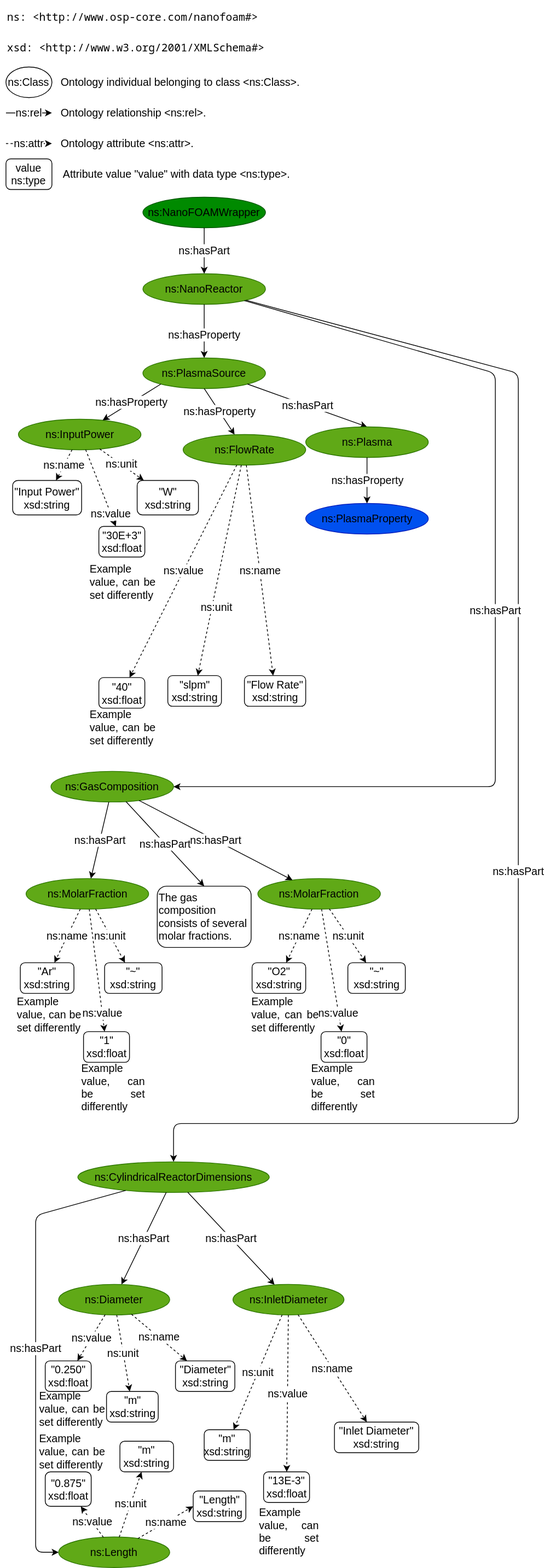
This is docs/static/elenbaas.drawio.svg from simphony/SimNanoDOME, a draw.io export, as it was before one commit. Source tidied: cells renumbered, new cells last; positions are measured from the earlier drawing's top-left corner, leaving out a move shared by most shapes.
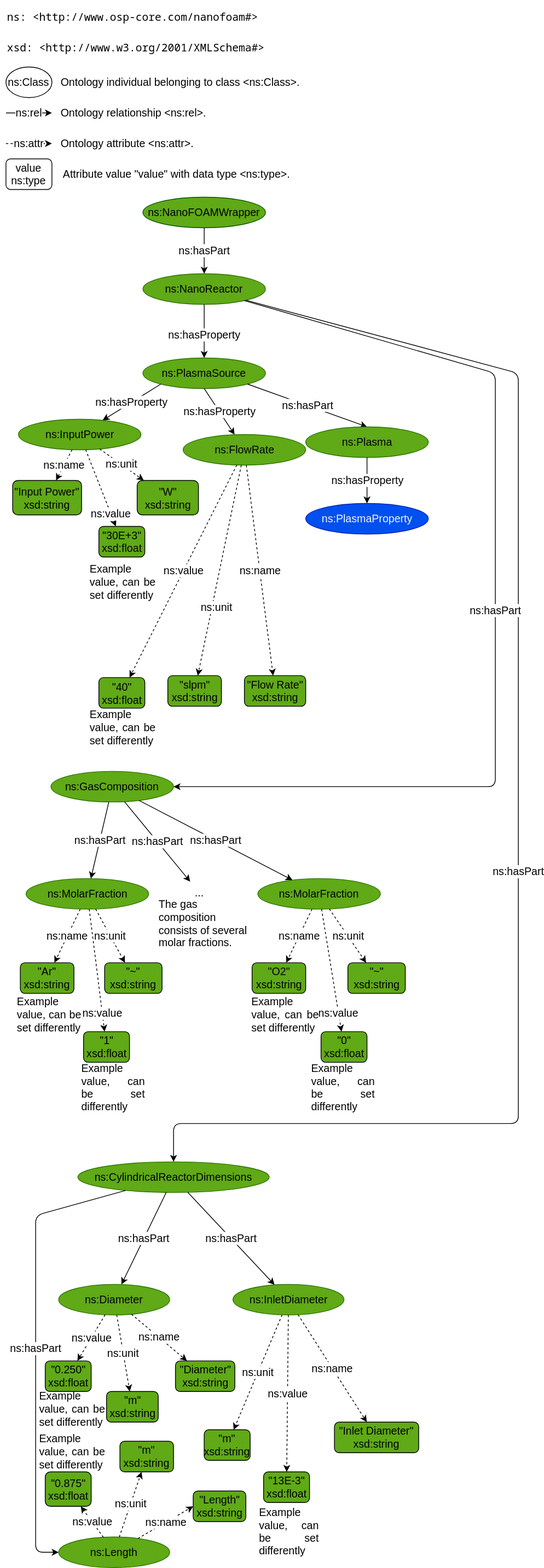
The same diagram one commit later.

The edit, as a diff of the source:
```diff
@@ -49,3 +49,3 @@
     </mxCell>
-    <mxCell id="15" value="&lt;div style=&quot;font-size: 14px;&quot;&gt;&quot;30E+3&quot;&lt;/div&gt;&lt;div style=&quot;font-size: 14px;&quot;&gt;xsd:float&lt;/div&gt;" style="rounded=1;whiteSpace=wrap;html=1;labelBackgroundColor=none;fontColor=#000000;fontSize=14;" parent="1" vertex="1">
+    <mxCell id="15" value="&lt;div style=&quot;font-size: 14px;&quot;&gt;&quot;30E+3&quot;&lt;/div&gt;&lt;div style=&quot;font-size: 14px;&quot;&gt;xsd:float&lt;/div&gt;" style="rounded=1;whiteSpace=wrap;html=1;labelBackgroundColor=none;fontColor=#000000;fontSize=14;fillColor=#60A917;" parent="1" vertex="1">
       <mxGeometry x="121.5" y="680" width="60" height="40" as="geometry" />
@@ -58,3 +58,3 @@
     </mxCell>
-    <mxCell id="18" value="&lt;div style=&quot;font-size: 14px;&quot;&gt;&quot;W&quot;&lt;/div&gt;&lt;div style=&quot;font-size: 14px;&quot;&gt;xsd:string&lt;/div&gt;" style="rounded=1;whiteSpace=wrap;html=1;labelBackgroundColor=none;fontColor=#000000;fontSize=14;" parent="1" vertex="1">
+    <mxCell id="18" value="&lt;div style=&quot;font-size: 14px;&quot;&gt;&quot;W&quot;&lt;/div&gt;&lt;div style=&quot;font-size: 14px;&quot;&gt;xsd:string&lt;/div&gt;" style="rounded=1;whiteSpace=wrap;html=1;labelBackgroundColor=none;fontColor=#000000;fontSize=14;fillColor=#60A917;" parent="1" vertex="1">
       <mxGeometry x="171.5" y="620" width="80" height="45" as="geometry" />
@@ -73,6 +73,6 @@
     </mxCell>
-    <mxCell id="23" value="&quot;slpm&quot;&lt;br style=&quot;font-size: 14px;&quot;&gt;xsd:string" style="rounded=1;whiteSpace=wrap;html=1;labelBackgroundColor=none;fontColor=#000000;fontSize=14;" parent="1" vertex="1">
+    <mxCell id="23" value="&quot;slpm&quot;&lt;br style=&quot;font-size: 14px;&quot;&gt;xsd:string" style="rounded=1;whiteSpace=wrap;html=1;labelBackgroundColor=none;fontColor=#000000;fontSize=14;fillColor=#60A917;" parent="1" vertex="1">
       <mxGeometry x="211.5" y="875" width="70" height="40" as="geometry" />
     </mxCell>
-    <mxCell id="24" value="&quot;Flow Rate&quot;&lt;br style=&quot;font-size: 14px;&quot;&gt;xsd:string" style="rounded=1;whiteSpace=wrap;html=1;labelBackgroundColor=none;fontColor=#000000;fontSize=14;" parent="1" vertex="1">
+    <mxCell id="24" value="&quot;Flow Rate&quot;&lt;br style=&quot;font-size: 14px;&quot;&gt;xsd:string" style="rounded=1;whiteSpace=wrap;html=1;labelBackgroundColor=none;fontColor=#000000;fontSize=14;fillColor=#60A917;" parent="1" vertex="1">
       <mxGeometry x="311.5" y="875" width="80" height="40" as="geometry" />
@@ -82,3 +82,3 @@
     </mxCell>
-    <mxCell id="26" value="&lt;div style=&quot;font-size: 14px;&quot;&gt;&quot;40&quot;&lt;/div&gt;&lt;div style=&quot;font-size: 14px;&quot;&gt;xsd:float&lt;br style=&quot;font-size: 14px;&quot;&gt;&lt;/div&gt;" style="rounded=1;whiteSpace=wrap;html=1;labelBackgroundColor=none;fontColor=#000000;fontSize=14;" parent="1" vertex="1">
+    <mxCell id="26" value="&lt;div style=&quot;font-size: 14px;&quot;&gt;&quot;40&quot;&lt;/div&gt;&lt;div style=&quot;font-size: 14px;&quot;&gt;xsd:float&lt;br style=&quot;font-size: 14px;&quot;&gt;&lt;/div&gt;" style="rounded=1;whiteSpace=wrap;html=1;labelBackgroundColor=none;fontColor=#000000;fontSize=14;fillColor=#60A917;" parent="1" vertex="1">
       <mxGeometry x="121.5" y="877.5" width="60" height="40" as="geometry" />
@@ -88,3 +88,3 @@
     </mxCell>
-    <mxCell id="28" value="ns:MolarFraction" style="ellipse;whiteSpace=wrap;html=1;labelBackgroundColor=none;fontColor=#000000;fontSize=14;fillColor=#60a917;strokeColor=#2D7600;" parent="1" vertex="1">
+    <mxCell id="28" value="ns:MolarFraction" style="ellipse;whiteSpace=wrap;html=1;labelBackgroundColor=none;fontColor=#000000;fontSize=14;fillColor=#60A917;strokeColor=#2D7600;" parent="1" vertex="1">
       <mxGeometry x="26.5" y="1140" width="160" height="40" as="geometry" />
@@ -100,6 +100,6 @@
     </mxCell>
-    <mxCell id="32" value="&lt;div style=&quot;font-size: 14px;&quot;&gt;&quot;1&quot;&lt;/div&gt;&lt;div style=&quot;font-size: 14px;&quot;&gt;xsd:float&lt;/div&gt;" style="rounded=1;whiteSpace=wrap;html=1;labelBackgroundColor=none;fontColor=#000000;fontSize=14;" parent="1" vertex="1">
+    <mxCell id="32" value="&lt;div style=&quot;font-size: 14px;&quot;&gt;&quot;1&quot;&lt;/div&gt;&lt;div style=&quot;font-size: 14px;&quot;&gt;xsd:float&lt;/div&gt;" style="rounded=1;whiteSpace=wrap;html=1;labelBackgroundColor=none;fontColor=#000000;fontSize=14;fillColor=#60A917;" parent="1" vertex="1">
       <mxGeometry x="101.5" y="1340" width="60" height="40" as="geometry" />
     </mxCell>
-    <mxCell id="33" value="&quot;Ar&quot;&lt;br style=&quot;font-size: 14px;&quot;&gt;xsd:string" style="rounded=1;whiteSpace=wrap;html=1;labelBackgroundColor=none;fontColor=#000000;fontSize=14;" parent="1" vertex="1">
+    <mxCell id="33" value="&quot;Ar&quot;&lt;br style=&quot;font-size: 14px;&quot;&gt;xsd:string" style="rounded=1;whiteSpace=wrap;html=1;labelBackgroundColor=none;fontColor=#000000;fontSize=14;fillColor=#60A917;" parent="1" vertex="1">
       <mxGeometry x="19" y="1250" width="70" height="40" as="geometry" />
@@ -109,3 +109,3 @@
     </mxCell>
-    <mxCell id="35" value="&quot;~&quot;&lt;br style=&quot;font-size: 14px;&quot;&gt;xsd:string" style="rounded=1;whiteSpace=wrap;html=1;labelBackgroundColor=none;fontColor=#000000;fontSize=14;" parent="1" vertex="1">
+    <mxCell id="35" value="&quot;~&quot;&lt;br style=&quot;font-size: 14px;&quot;&gt;xsd:string" style="rounded=1;whiteSpace=wrap;html=1;labelBackgroundColor=none;fontColor=#000000;fontSize=14;fillColor=#60A917;" parent="1" vertex="1">
       <mxGeometry x="129" y="1250" width="75" height="40" as="geometry" />
@@ -144,6 +144,6 @@
     </mxCell>
-    <mxCell id="45" value="&quot;m&quot;&lt;br style=&quot;font-size: 14px;&quot;&gt;xsd:string" style="rounded=1;whiteSpace=wrap;html=1;labelBackgroundColor=none;fontColor=#000000;fontSize=14;" parent="1" vertex="1">
+    <mxCell id="45" value="&quot;m&quot;&lt;br style=&quot;font-size: 14px;&quot;&gt;xsd:string" style="rounded=1;whiteSpace=wrap;html=1;labelBackgroundColor=none;fontColor=#000000;fontSize=14;fillColor=#60A917;" parent="1" vertex="1">
       <mxGeometry x="131.5" y="1810" width="67.5" height="40" as="geometry" />
     </mxCell>
-    <mxCell id="46" value="&quot;Diameter&quot;&lt;br style=&quot;font-size: 14px;&quot;&gt;xsd:string" style="rounded=1;whiteSpace=wrap;html=1;labelBackgroundColor=none;fontColor=#000000;fontSize=14;" parent="1" vertex="1">
+    <mxCell id="46" value="&quot;Diameter&quot;&lt;br style=&quot;font-size: 14px;&quot;&gt;xsd:string" style="rounded=1;whiteSpace=wrap;html=1;labelBackgroundColor=none;fontColor=#000000;fontSize=14;fillColor=#60A917;" parent="1" vertex="1">
       <mxGeometry x="221.5" y="1770" width="77.5" height="40" as="geometry" />
@@ -153,6 +153,6 @@
     </mxCell>
-    <mxCell id="48" value="&lt;div style=&quot;font-size: 14px;&quot;&gt;&quot;0.250&quot;&lt;/div&gt;&lt;div style=&quot;font-size: 14px;&quot;&gt;xsd:float&lt;/div&gt;" style="rounded=1;whiteSpace=wrap;html=1;labelBackgroundColor=none;fontColor=#000000;fontSize=14;" parent="1" vertex="1">
+    <mxCell id="48" value="&lt;div style=&quot;font-size: 14px;&quot;&gt;&quot;0.250&quot;&lt;/div&gt;&lt;div style=&quot;font-size: 14px;&quot;&gt;xsd:float&lt;/div&gt;" style="rounded=1;whiteSpace=wrap;html=1;labelBackgroundColor=none;fontColor=#000000;fontSize=14;fillColor=#60A917;" parent="1" vertex="1">
       <mxGeometry x="51.5" y="1770" width="60" height="40" as="geometry" />
     </mxCell>
-    <mxCell id="49" value="ns:NanoFOAMWrapper" style="ellipse;whiteSpace=wrap;html=1;labelBackgroundColor=none;fontColor=#000000;fontSize=14;fillColor=#008a00;strokeColor=#005700;" parent="1" vertex="1">
+    <mxCell id="49" value="ns:NanoFOAMWrapper" style="ellipse;whiteSpace=wrap;html=1;labelBackgroundColor=none;fontColor=#000000;fontSize=14;fillColor=#60A917;strokeColor=#005700;" parent="1" vertex="1">
       <mxGeometry x="179" y="250" width="160" height="40" as="geometry" />
@@ -165,6 +165,6 @@
     </mxCell>
-    <mxCell id="52" value="&quot;0.875&quot;&lt;br style=&quot;font-size: 14px;&quot;&gt;xsd:float" style="rounded=1;whiteSpace=wrap;html=1;labelBackgroundColor=none;fontColor=#000000;fontSize=14;" parent="1" vertex="1">
+    <mxCell id="52" value="&quot;0.875&quot;&lt;br style=&quot;font-size: 14px;&quot;&gt;xsd:float" style="rounded=1;whiteSpace=wrap;html=1;labelBackgroundColor=none;fontColor=#000000;fontSize=14;fillColor=#60A917;" parent="1" vertex="1">
       <mxGeometry x="51.5" y="1915" width="60" height="45" as="geometry" />
     </mxCell>
-    <mxCell id="53" value="&lt;div style=&quot;font-size: 14px;&quot;&gt;&quot;Length&quot;&lt;br style=&quot;font-size: 14px;&quot;&gt;&lt;/div&gt;xsd:string" style="rounded=1;whiteSpace=wrap;html=1;labelBackgroundColor=none;fontColor=#000000;fontSize=14;" parent="1" vertex="1">
+    <mxCell id="53" value="&lt;div style=&quot;font-size: 14px;&quot;&gt;&quot;Length&quot;&lt;br style=&quot;font-size: 14px;&quot;&gt;&lt;/div&gt;xsd:string" style="rounded=1;whiteSpace=wrap;html=1;labelBackgroundColor=none;fontColor=#000000;fontSize=14;fillColor=#60A917;" parent="1" vertex="1">
       <mxGeometry x="244.6" y="1940" width="68.8" height="40" as="geometry" />
@@ -174,3 +174,3 @@
     </mxCell>
-    <mxCell id="55" value="&quot;m&quot;&lt;br style=&quot;font-size: 14px;&quot;&gt;xsd:string" style="rounded=1;whiteSpace=wrap;html=1;labelBackgroundColor=none;fontColor=#000000;fontSize=14;" parent="1" vertex="1">
+    <mxCell id="55" value="&quot;m&quot;&lt;br style=&quot;font-size: 14px;&quot;&gt;xsd:string" style="rounded=1;whiteSpace=wrap;html=1;labelBackgroundColor=none;fontColor=#000000;fontSize=14;fillColor=#60A917;" parent="1" vertex="1">
       <mxGeometry x="149" y="1875" width="70" height="40" as="geometry" />
@@ -183,6 +183,6 @@
     </mxCell>
-    <mxCell id="58" value="&quot;13E-3&quot;&lt;br style=&quot;font-size: 14px;&quot;&gt;xsd:float" style="rounded=1;whiteSpace=wrap;html=1;labelBackgroundColor=none;fontColor=#000000;fontSize=14;" parent="1" vertex="1">
+    <mxCell id="58" value="&quot;13E-3&quot;&lt;br style=&quot;font-size: 14px;&quot;&gt;xsd:float" style="rounded=1;whiteSpace=wrap;html=1;labelBackgroundColor=none;fontColor=#000000;fontSize=14;fillColor=#60A917;" parent="1" vertex="1">
       <mxGeometry x="336.5" y="1915" width="60" height="40" as="geometry" />
     </mxCell>
-    <mxCell id="59" value="&lt;div style=&quot;font-size: 14px;&quot;&gt;&quot;Inlet Diameter&quot;&lt;/div&gt;&lt;div style=&quot;font-size: 14px;&quot;&gt;xsd:string&lt;br style=&quot;font-size: 14px;&quot;&gt;&lt;/div&gt;" style="rounded=1;whiteSpace=wrap;html=1;labelBackgroundColor=none;fontColor=#000000;fontSize=14;" parent="1" vertex="1">
+    <mxCell id="59" value="&lt;div style=&quot;font-size: 14px;&quot;&gt;&quot;Inlet Diameter&quot;&lt;/div&gt;&lt;div style=&quot;font-size: 14px;&quot;&gt;xsd:string&lt;br style=&quot;font-size: 14px;&quot;&gt;&lt;/div&gt;" style="rounded=1;whiteSpace=wrap;html=1;labelBackgroundColor=none;fontColor=#000000;fontSize=14;fillColor=#60A917;" parent="1" vertex="1">
       <mxGeometry x="429" y="1850" width="110" height="40" as="geometry" />
@@ -192,3 +192,3 @@
     </mxCell>
-    <mxCell id="61" value="&quot;m&quot;&lt;br style=&quot;font-size: 14px;&quot;&gt;xsd:string" style="rounded=1;whiteSpace=wrap;html=1;labelBackgroundColor=none;fontColor=#000000;fontSize=14;" parent="1" vertex="1">
+    <mxCell id="61" value="&quot;m&quot;&lt;br style=&quot;font-size: 14px;&quot;&gt;xsd:string" style="rounded=1;whiteSpace=wrap;html=1;labelBackgroundColor=none;fontColor=#000000;fontSize=14;fillColor=#60A917;" parent="1" vertex="1">
       <mxGeometry x="259" y="1860" width="60" height="40" as="geometry" />
@@ -225,3 +225,3 @@
     </mxCell>
-    <mxCell id="68" value="&quot;Input Power&quot;&lt;br style=&quot;font-size: 14px;&quot;&gt;xsd:string" style="rounded=1;whiteSpace=wrap;html=1;labelBackgroundColor=none;fontColor=#000000;fontSize=14;" parent="1" vertex="1">
+    <mxCell id="68" value="&quot;Input Power&quot;&lt;br style=&quot;font-size: 14px;&quot;&gt;xsd:string" style="rounded=1;whiteSpace=wrap;html=1;labelBackgroundColor=none;fontColor=#000000;fontSize=14;fillColor=#60A917;" parent="1" vertex="1">
       <mxGeometry x="9" y="620" width="90" height="45" as="geometry" />
@@ -240,3 +240,3 @@
     </mxCell>
-    <mxCell id="73" value="ns:hasPart" style="endArrow=classic;html=1;rounded=0;fontColor=#000000;fontSize=14;entryX=0.5;entryY=0;entryDx=0;entryDy=0;" parent="1" edge="1" source="27" target="84">
+    <mxCell id="73" value="ns:hasPart" style="endArrow=classic;html=1;rounded=0;fontColor=#000000;fontSize=14;" parent="1" edge="1" source="27" target="92">
       <mxGeometry relative="1" as="geometry" />
@@ -252,6 +252,6 @@
     </mxCell>
-    <mxCell id="77" value="&lt;div style=&quot;font-size: 14px;&quot;&gt;&quot;0&quot;&lt;/div&gt;&lt;div style=&quot;font-size: 14px;&quot;&gt;xsd:float&lt;/div&gt;" style="rounded=1;whiteSpace=wrap;html=1;labelBackgroundColor=none;fontColor=#000000;fontSize=14;" parent="1" vertex="1">
+    <mxCell id="77" value="&lt;div style=&quot;font-size: 14px;&quot;&gt;&quot;0&quot;&lt;/div&gt;&lt;div style=&quot;font-size: 14px;&quot;&gt;xsd:float&lt;/div&gt;" style="rounded=1;whiteSpace=wrap;html=1;labelBackgroundColor=none;fontColor=#000000;fontSize=14;fillColor=#60A917;" parent="1" vertex="1">
       <mxGeometry x="411.5" y="1340" width="60" height="40" as="geometry" />
     </mxCell>
-    <mxCell id="78" value="&quot;O2&quot;&lt;br style=&quot;font-size: 14px;&quot;&gt;xsd:string" style="rounded=1;whiteSpace=wrap;html=1;labelBackgroundColor=none;fontColor=#000000;fontSize=14;" parent="1" vertex="1">
+    <mxCell id="78" value="&quot;O2&quot;&lt;br style=&quot;font-size: 14px;&quot;&gt;xsd:string" style="rounded=1;whiteSpace=wrap;html=1;labelBackgroundColor=none;fontColor=#000000;fontSize=14;fillColor=#60A917;" parent="1" vertex="1">
       <mxGeometry x="321.5" y="1250" width="70" height="40" as="geometry" />
@@ -261,3 +261,3 @@
     </mxCell>
-    <mxCell id="80" value="&quot;~&quot;&lt;br style=&quot;font-size: 14px;&quot;&gt;xsd:string" style="rounded=1;whiteSpace=wrap;html=1;labelBackgroundColor=none;fontColor=#000000;fontSize=14;" parent="1" vertex="1">
+    <mxCell id="80" value="&quot;~&quot;&lt;br style=&quot;font-size: 14px;&quot;&gt;xsd:string" style="rounded=1;whiteSpace=wrap;html=1;labelBackgroundColor=none;fontColor=#000000;fontSize=14;fillColor=#60A917;" parent="1" vertex="1">
       <mxGeometry x="446.5" y="1250" width="75" height="40" as="geometry" />
@@ -273,4 +273,4 @@
     </mxCell>
-    <mxCell id="84" value="The gas composition consists of several molar fractions." style="text;html=1;strokeColor=default;fillColor=none;align=left;verticalAlign=middle;whiteSpace=wrap;rounded=1;fontSize=14;fontColor=#000000;" parent="1" vertex="1">
-      <mxGeometry x="197.8" y="1150" width="122.5" height="80" as="geometry" />
+    <mxCell id="84" value="The gas composition consists of several molar fractions." style="text;html=1;strokeColor=none;fillColor=none;align=left;verticalAlign=middle;whiteSpace=wrap;rounded=1;fontSize=14;fontColor=#000000;" parent="1" vertex="1">
+      <mxGeometry x="198" y="1159" width="122.5" height="80" as="geometry" />
     </mxCell>
@@ -291,3 +291,3 @@
     </mxCell>
-    <mxCell id="90" value="ns:PlasmaProperty" style="ellipse;whiteSpace=wrap;html=1;labelBackgroundColor=none;fontColor=#000000;fontSize=14;fillColor=#0050ef;strokeColor=#001DBC;" parent="1" vertex="1">
+    <mxCell id="90" value="ns:PlasmaProperty" style="ellipse;whiteSpace=wrap;html=1;labelBackgroundColor=none;fontColor=#F5F5F5;fontSize=14;fillColor=#0050ef;strokeColor=#001DBC;" parent="1" vertex="1">
       <mxGeometry x="391.5" y="650" width="160" height="40" as="geometry" />
@@ -297,2 +297,5 @@
     </mxCell>
+    <mxCell id="92" value="..." style="text;html=1;strokeColor=none;fillColor=none;align=center;verticalAlign=middle;whiteSpace=wrap;rounded=0;fontSize=14;fontStyle=0;" parent="1" vertex="1">
+      <mxGeometry x="223" y="1144" width="60" height="30" as="geometry" />
+    </mxCell>
   </root>
```
